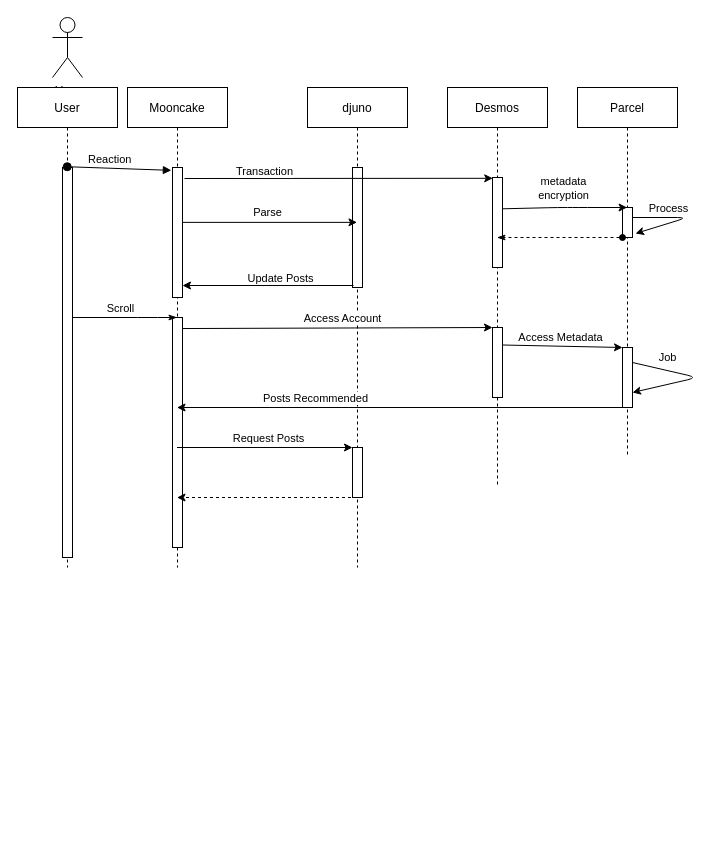
This is seq.drawio from HarleyAppleChoi/Recommendation, a draw.io file, before an edit. Source tidied: cells renumbered, new cells numbered last; positions are measured from the earlier drawing's top-left corner, leaving out a move shared by most shapes. Both pictures are drawn from the tidied source at 100%, with x=0, y=0 at pixel (17, 17).
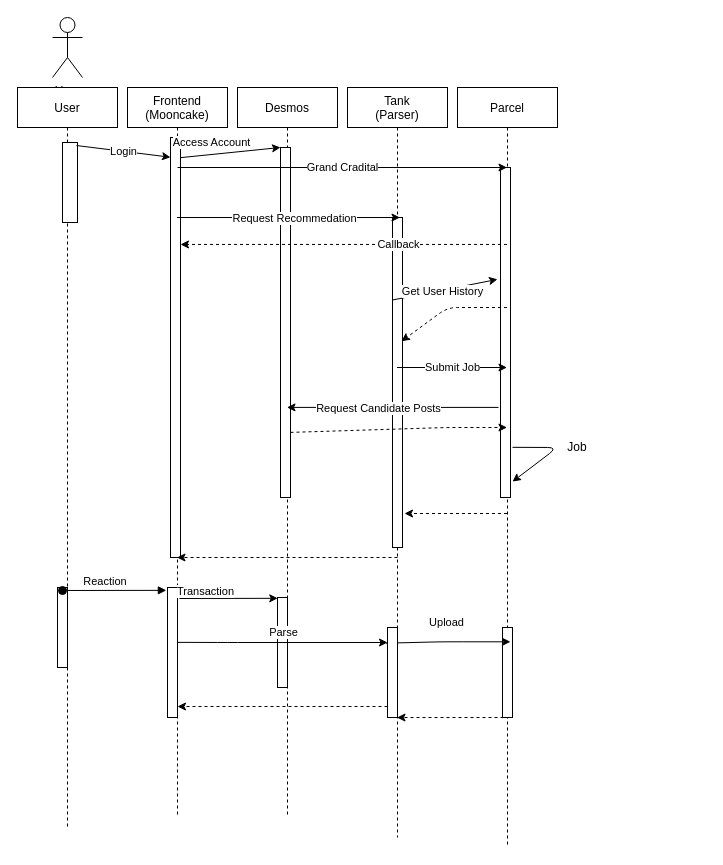
The same diagram, later.

The edit, as a diff of the source:
```diff
@@
-    <mxCell id="2" value="Mooncake" style="shape=umlLifeline;perimeter=lifelinePerimeter;rounded=0;shadow=0;strokeWidth=1;" parent="1" vertex="1">
-      <mxGeometry x="110" y="70" width="100" height="480" as="geometry" />
+    <mxCell id="2" value="Frontend&#10;(Mooncake)" style="shape=umlLifeline;perimeter=lifelinePerimeter;rounded=0;shadow=0;strokeWidth=1;" parent="1" vertex="1">
+      <mxGeometry x="110" y="70" width="100" height="730" as="geometry" />
     </mxCell>
     <mxCell id="3" style="points=[];perimeter=orthogonalPerimeter;rounded=0;shadow=0;strokeWidth=1;" parent="2" vertex="1">
-      <mxGeometry x="45" y="80" width="10" height="130" as="geometry" />
+      <mxGeometry x="40" y="500" width="10" height="130" as="geometry" />
     </mxCell>
     <mxCell id="4" style="rounded=0;whiteSpace=wrap;html=1;" parent="2" vertex="1">
-      <mxGeometry x="45" y="230" width="10" height="230" as="geometry" />
+      <mxGeometry x="43" y="50" width="10" height="420" as="geometry" />
     </mxCell>
-    <mxCell id="5" value="djuno" style="shape=umlLifeline;perimeter=lifelinePerimeter;rounded=0;shadow=0;strokeWidth=1;" parent="1" vertex="1">
-      <mxGeometry x="290" y="70" width="100" height="480" as="geometry" />
-    </mxCell>
-    <mxCell id="6" style="perimeter=orthogonalPerimeter;rounded=0;shadow=0;strokeWidth=1;" parent="5" vertex="1">
-      <mxGeometry x="45" y="80" width="10" height="120" as="geometry" />
-    </mxCell>
-    <mxCell id="7" style="rounded=0;whiteSpace=wrap;html=1;" parent="5" vertex="1">
-      <mxGeometry x="45" y="360" width="10" height="50" as="geometry" />
-    </mxCell>
     <mxCell id="8" value="Parcel" style="shape=umlLifeline;perimeter=lifelinePerimeter;rounded=0;shadow=0;strokeWidth=1;" parent="1" vertex="1">
-      <mxGeometry x="560" y="70" width="100" height="370" as="geometry" />
+      <mxGeometry x="440" y="70" width="100" height="760" as="geometry" />
     </mxCell>
     <mxCell id="9" style="points=[];perimeter=orthogonalPerimeter;rounded=0;shadow=0;strokeWidth=1;" parent="8" vertex="1">
-      <mxGeometry x="45" y="120" width="10" height="30" as="geometry" />
+      <mxGeometry x="45" y="540" width="10" height="90" as="geometry" />
     </mxCell>
     <mxCell id="10" style="rounded=0;whiteSpace=wrap;html=1;" parent="8" vertex="1">
-      <mxGeometry x="45" y="260" width="10" height="60" as="geometry" />
+      <mxGeometry x="43" y="80" width="10" height="330" as="geometry" />
     </mxCell>
-    <mxCell id="11" style="endArrow=classic;html=1;exitX=1;exitY=0.25;exitDx=0;exitDy=0;entryX=1;entryY=0.75;entryDx=0;entryDy=0;" parent="8" edge="1" source="10" target="10">
+    <mxCell id="11" style="endArrow=classic;html=1;entryX=1.2;entryY=0.952;entryDx=0;entryDy=0;exitX=1.2;exitY=0.848;exitDx=0;exitDy=0;exitPerimeter=0;entryPerimeter=0;" parent="8" edge="1" source="10" target="10">
       <mxGeometry relative="1" as="geometry">
         <Array as="points">
-          <mxPoint x="120" y="290" />
+          <mxPoint x="100" y="360" />
         </Array>
       </mxGeometry>
     </mxCell>
-    <mxCell id="12" value="Job" style="edgeLabel;html=1;align=center;verticalAlign=middle;" parent="11" vertex="1">
-      <mxGeometry x="-0.53" y="-1" relative="1" as="geometry">
-        <mxPoint x="4.3" y="-13.1" as="offset" />
-      </mxGeometry>
-    </mxCell>
-    <mxCell id="13" style="endArrow=classic;html=1;entryX=1.3;entryY=0.867;entryDx=0;entryDy=0;entryPerimeter=0;" parent="8" edge="1" target="9">
-      <mxGeometry relative="1" as="geometry">
-        <mxPoint x="55" y="130" as="sourcePoint" />
-        <Array as="points">
-          <mxPoint x="110" y="130" />
-        </Array>
-      </mxGeometry>
-    </mxCell>
-    <mxCell id="14" value="Process" style="edgeLabel;html=1;align=center;verticalAlign=middle;" parent="13" vertex="1">
-      <mxGeometry x="-0.45" y="-9" relative="1" as="geometry">
-        <mxPoint x="5" y="-19" as="offset" />
-      </mxGeometry>
-    </mxCell>
+    <mxCell id="17" style="endArrow=classic;html=1;exitX=0.99;exitY=0.026;exitDx=0;exitDy=0;exitPerimeter=0;" parent="8" edge="1">
+      <mxGeometry relative="1" as="geometry">
+        <mxPoint x="-71.6" y="555.7" as="sourcePoint" />
+        <mxPoint x="53" y="554.3" as="targetPoint" />
+        <Array as="points">
+          <mxPoint x="-16.5" y="554.3" />
+          <mxPoint x="3.5" y="554.3" />
+        </Array>
+      </mxGeometry>
+    </mxCell>
+    <mxCell id="18" value="Upload" style="edgeLabel;html=1;align=center;verticalAlign=middle;" parent="17" vertex="1">
+      <mxGeometry x="0.03" y="1" relative="1" as="geometry">
+        <mxPoint x="-3.9" y="-19" as="offset" />
+      </mxGeometry>
+    </mxCell>
     <mxCell id="15" style="endArrow=classic;html=1;entryX=0.024;entryY=0.009;entryDx=0;entryDy=0;entryPerimeter=0;" parent="1" edge="1" target="26">
       <mxGeometry relative="1" as="geometry">
-        <mxPoint x="167" y="161" as="sourcePoint" />
+        <mxPoint x="162" y="581" as="sourcePoint" />
       </mxGeometry>
     </mxCell>
@@
-    <mxCell id="17" style="endArrow=classic;html=1;exitX=0.99;exitY=0.026;exitDx=0;exitDy=0;exitPerimeter=0;" parent="1" edge="1">
-      <mxGeometry relative="1" as="geometry">
-        <mxPoint x="485" y="191.3" as="sourcePoint" />
-        <mxPoint x="609.6" y="190" as="targetPoint" />
-        <Array as="points">
-          <mxPoint x="540.1" y="190" />
-          <mxPoint x="560.1" y="190" />
-        </Array>
-      </mxGeometry>
-    </mxCell>
-    <mxCell id="18" value="metadata&lt;br&gt;encryption" style="edgeLabel;html=1;align=center;verticalAlign=middle;" parent="17" vertex="1">
-      <mxGeometry x="0.03" y="1" relative="1" as="geometry">
-        <mxPoint x="-3.9" y="-19" as="offset" />
-      </mxGeometry>
-    </mxCell>
-    <mxCell id="19" style="endArrow=classicThin;html=1;startArrow=oval;startFill=1;endFill=1;" parent="1" edge="1" source="22" target="2">
-      <mxGeometry relative="1" as="geometry">
-        <Array as="points">
-          <mxPoint x="130" y="300" />
-        </Array>
-      </mxGeometry>
-    </mxCell>
-    <mxCell id="20" value="Scroll" style="edgeLabel;html=1;align=center;verticalAlign=middle;" parent="19" vertex="1">
-      <mxGeometry x="0.21" y="-1" relative="1" as="geometry">
-        <mxPoint x="-14.5" y="-11" as="offset" />
-      </mxGeometry>
-    </mxCell>
@@
     <mxCell id="22" value="User" style="shape=umlLifeline;perimeter=lifelinePerimeter;rounded=0;shadow=0;strokeWidth=1;" parent="1" vertex="1">
-      <mxGeometry y="70" width="100" height="480" as="geometry" />
+      <mxGeometry y="70" width="100" height="740" as="geometry" />
     </mxCell>
     <mxCell id="23" style="points=[];perimeter=orthogonalPerimeter;rounded=0;shadow=0;strokeWidth=1;" parent="22" vertex="1">
-      <mxGeometry x="45" y="80" width="10" height="390" as="geometry" />
+      <mxGeometry x="40" y="500" width="10" height="80" as="geometry" />
     </mxCell>
+    <mxCell id="42" style="points=[];perimeter=orthogonalPerimeter;rounded=0;shadow=0;strokeWidth=1;" parent="22" vertex="1">
+      <mxGeometry x="45" y="55" width="15" height="80" as="geometry" />
+    </mxCell>
-    <mxCell id="24" value="Reaction" style="verticalAlign=bottom;startArrow=oval;endArrow=block;startSize=8;shadow=0;strokeWidth=1;entryX=-0.114;entryY=0.022;entryDx=0;entryDy=0;entryPerimeter=0;exitX=0.472;exitY=-0.002;exitDx=0;exitDy=0;exitPerimeter=0;" parent="1" edge="1" source="23" target="3">
-      <mxGeometry x="-0.17" relative="1" as="geometry" />
+    <mxCell id="24" value="Reaction" style="verticalAlign=bottom;startArrow=oval;endArrow=block;startSize=8;shadow=0;strokeWidth=1;entryX=-0.114;entryY=0.022;entryDx=0;entryDy=0;entryPerimeter=0;" parent="1" edge="1" target="3">
+      <mxGeometry x="-0.17" relative="1" as="geometry">
+        <mxPoint x="45" y="573" as="sourcePoint" />
+      </mxGeometry>
     </mxCell>
     <mxCell id="25" value="Desmos" style="shape=umlLifeline;perimeter=lifelinePerimeter;rounded=0;shadow=0;strokeWidth=1;" parent="1" vertex="1">
-      <mxGeometry x="430" y="70" width="100" height="400" as="geometry" />
+      <mxGeometry x="220" y="70" width="100" height="730" as="geometry" />
     </mxCell>
     <mxCell id="26" style="points=[];perimeter=orthogonalPerimeter;rounded=0;shadow=0;strokeWidth=1;" parent="25" vertex="1">
-      <mxGeometry x="45" y="90" width="10" height="90" as="geometry" />
+      <mxGeometry x="40" y="510" width="10" height="90" as="geometry" />
     </mxCell>
     <mxCell id="27" style="rounded=0;whiteSpace=wrap;html=1;" parent="25" vertex="1">
-      <mxGeometry x="45" y="240" width="10" height="70" as="geometry" />
+      <mxGeometry x="43" y="60" width="10" height="350" as="geometry" />
     </mxCell>
-    <mxCell id="28" style="edgeStyle=orthogonalEdgeStyle;rounded=0;jettySize=auto;html=1;startArrow=oval;startFill=1;endArrow=classicThin;endFill=1;dashed=1;" parent="1" edge="1" source="9" target="25">
-      <mxGeometry relative="1" as="geometry">
-        <Array as="points">
-          <mxPoint x="590" y="220" />
-          <mxPoint x="590" y="220" />
-        </Array>
-      </mxGeometry>
-    </mxCell>
-    <mxCell id="29" style="endArrow=classic;html=1;exitX=0.99;exitY=0.422;exitDx=0;exitDy=0;exitPerimeter=0;" parent="1" edge="1" source="3" target="5">
-      <mxGeometry relative="1" as="geometry" />
+    <mxCell id="29" style="endArrow=classic;html=1;exitX=0.99;exitY=0.422;exitDx=0;exitDy=0;exitPerimeter=0;" parent="1" edge="1" source="3" target="45">
+      <mxGeometry relative="1" as="geometry">
+        <Array as="points">
+          <mxPoint x="210" y="625" />
+        </Array>
+      </mxGeometry>
     </mxCell>
@@
-    <mxCell id="31" style="endArrow=classic;html=1;" parent="1" edge="1" target="3">
-      <mxGeometry relative="1" as="geometry">
-        <mxPoint x="336" y="268" as="sourcePoint" />
-      </mxGeometry>
+    <mxCell id="31" style="endArrow=classic;html=1;dashed=1;exitX=0;exitY=0.878;exitDx=0;exitDy=0;exitPerimeter=0;" parent="1" edge="1" source="45" target="3">
+      <mxGeometry relative="1" as="geometry" />
     </mxCell>
-    <mxCell id="32" value="Update Posts" style="edgeLabel;html=1;align=center;verticalAlign=middle;" parent="31" vertex="1">
-      <mxGeometry x="-0.14" relative="1" as="geometry">
-        <mxPoint y="-8" as="offset" />
-      </mxGeometry>
-    </mxCell>
@@
-    <mxCell id="35" style="endArrow=classic;html=1;exitX=0;exitY=1;exitDx=0;exitDy=0;" parent="1" edge="1" source="10" target="2">
-      <mxGeometry relative="1" as="geometry" />
-    </mxCell>
-    <mxCell id="36" value="Posts Recommended" style="edgeLabel;html=1;align=center;verticalAlign=middle;" parent="35" vertex="1">
-      <mxGeometry x="0.27" y="-1" relative="1" as="geometry">
-        <mxPoint x="-24.5" y="-9" as="offset" />
-      </mxGeometry>
-    </mxCell>
-    <mxCell id="37" style="endArrow=classic;html=1;exitX=1;exitY=0.25;exitDx=0;exitDy=0;entryX=0;entryY=0;entryDx=0;entryDy=0;" parent="1" edge="1" source="27" target="10">
-      <mxGeometry relative="1" as="geometry" />
-    </mxCell>
-    <mxCell id="38" value="Access Metadata" style="edgeLabel;html=1;align=center;verticalAlign=middle;" parent="37" vertex="1">
-      <mxGeometry x="-0.05" y="2" relative="1" as="geometry">
-        <mxPoint y="-6.7" as="offset" />
-      </mxGeometry>
-    </mxCell>
-    <mxCell id="39" style="endArrow=classic;html=1;entryX=0;entryY=0;entryDx=0;entryDy=0;" parent="1" edge="1" source="2" target="7">
-      <mxGeometry relative="1" as="geometry" />
-    </mxCell>
-    <mxCell id="40" value="Request Posts" style="edgeLabel;html=1;align=center;verticalAlign=middle;" parent="39" vertex="1">
-      <mxGeometry x="0.09" y="-2" relative="1" as="geometry">
-        <mxPoint x="-5" y="-12" as="offset" />
-      </mxGeometry>
-    </mxCell>
-    <mxCell id="41" style="endArrow=classic;html=1;dashed=1;" parent="1" edge="1" source="5" target="2">
-      <mxGeometry relative="1" as="geometry">
-        <Array as="points">
-          <mxPoint x="280" y="480" />
-        </Array>
-      </mxGeometry>
-    </mxCell>
+    <mxCell id="43" value="Login" style="endArrow=classic;html=1;exitX=0.933;exitY=0.038;exitDx=0;exitDy=0;exitPerimeter=0;entryX=0;entryY=0.047;entryDx=0;entryDy=0;entryPerimeter=0;" parent="1" edge="1" source="42" target="4">
+      <mxGeometry relative="1" as="geometry" />
+    </mxCell>
+    <mxCell id="44" value="Tank&#10;(Parser)" style="shape=umlLifeline;perimeter=lifelinePerimeter;rounded=0;shadow=0;strokeWidth=1;" parent="1" vertex="1">
+      <mxGeometry x="330" y="70" width="100" height="750" as="geometry" />
+    </mxCell>
+    <mxCell id="45" style="points=[];perimeter=orthogonalPerimeter;rounded=0;shadow=0;strokeWidth=1;" parent="44" vertex="1">
+      <mxGeometry x="40" y="540" width="10" height="90" as="geometry" />
+    </mxCell>
+    <mxCell id="46" style="rounded=0;whiteSpace=wrap;html=1;" parent="44" vertex="1">
+      <mxGeometry x="45" y="130" width="10" height="330" as="geometry" />
+    </mxCell>
+    <mxCell id="47" value="Grand Cradital" style="endArrow=classic;html=1;" parent="1" edge="1" target="8">
+      <mxGeometry relative="1" as="geometry">
+        <mxPoint x="160" y="150" as="sourcePoint" />
+      </mxGeometry>
+    </mxCell>
+    <mxCell id="48" style="endArrow=classic;html=1;entryX=0.53;entryY=0.215;entryDx=0;entryDy=0;entryPerimeter=0;dashed=1;" parent="1" edge="1" source="8" target="2">
+      <mxGeometry relative="1" as="geometry" />
+    </mxCell>
+    <mxCell id="49" value="Callback" style="edgeLabel;html=1;align=center;verticalAlign=middle;" parent="48" vertex="1">
+      <mxGeometry x="-0.33" relative="1" as="geometry" />
+    </mxCell>
+    <mxCell id="50" style="endArrow=classic;html=1;entryX=0.75;entryY=0;entryDx=0;entryDy=0;" parent="1" edge="1" source="2" target="46">
+      <mxGeometry relative="1" as="geometry" />
+    </mxCell>
+    <mxCell id="51" value="Request Recommedation" style="edgeLabel;html=1;align=center;verticalAlign=middle;" parent="50" vertex="1">
+      <mxGeometry x="0.45" y="-1" relative="1" as="geometry">
+        <mxPoint x="-45.5" y="-1" as="offset" />
+      </mxGeometry>
+    </mxCell>
+    <mxCell id="52" style="endArrow=classic;html=1;exitX=0;exitY=0.25;exitDx=0;exitDy=0;entryX=-0.3;entryY=0.339;entryDx=0;entryDy=0;entryPerimeter=0;" parent="1" edge="1" source="46" target="10">
+      <mxGeometry relative="1" as="geometry" />
+    </mxCell>
+    <mxCell id="53" value="Get User History" style="edgeLabel;html=1;align=center;verticalAlign=middle;" parent="52" vertex="1">
+      <mxGeometry x="0.16" y="-1" relative="1" as="geometry">
+        <mxPoint x="-12" y="1.9" as="offset" />
+      </mxGeometry>
+    </mxCell>
+    <mxCell id="54" style="endArrow=classic;html=1;entryX=0.9;entryY=0.375;entryDx=0;entryDy=0;dashed=1;entryPerimeter=0;" parent="1" edge="1" source="8" target="46">
+      <mxGeometry relative="1" as="geometry">
+        <Array as="points">
+          <mxPoint x="430" y="290" />
+        </Array>
+      </mxGeometry>
+    </mxCell>
+    <mxCell id="55" value="Submit Job" style="endArrow=classic;html=1;" parent="1" edge="1" source="44" target="8">
+      <mxGeometry relative="1" as="geometry">
+        <Array as="points">
+          <mxPoint x="440" y="350" />
+        </Array>
+      </mxGeometry>
+    </mxCell>
+    <mxCell id="12" value="Job" style="text;html=1;strokeColor=none;fillColor=none;align=center;verticalAlign=middle;whiteSpace=wrap;rounded=0;" parent="1" vertex="1">
+      <mxGeometry x="540" y="420" width="40" height="20" as="geometry" />
+    </mxCell>
+    <mxCell id="56" style="endArrow=classic;html=1;exitX=-0.2;exitY=0.727;exitDx=0;exitDy=0;exitPerimeter=0;" parent="1" edge="1" source="10" target="25">
+      <mxGeometry relative="1" as="geometry" />
+    </mxCell>
+    <mxCell id="57" value="Request Candidate Posts" style="edgeLabel;html=1;align=center;verticalAlign=middle;" parent="56" vertex="1">
+      <mxGeometry x="0.61" y="-2" relative="1" as="geometry">
+        <mxPoint x="49" y="2.1" as="offset" />
+      </mxGeometry>
+    </mxCell>
+    <mxCell id="58" style="endArrow=classic;html=1;dashed=1;exitX=1;exitY=0.814;exitDx=0;exitDy=0;exitPerimeter=0;" parent="1" edge="1" source="27" target="8">
+      <mxGeometry relative="1" as="geometry">
+        <Array as="points">
+          <mxPoint x="430" y="410" />
+        </Array>
+      </mxGeometry>
+    </mxCell>
+    <mxCell id="59" style="endArrow=classic;html=1;dashed=1;entryX=1.2;entryY=0.897;entryDx=0;entryDy=0;entryPerimeter=0;" parent="1" edge="1" source="8" target="46">
+      <mxGeometry relative="1" as="geometry" />
+    </mxCell>
+    <mxCell id="60" style="endArrow=classic;html=1;dashed=1;" parent="1" edge="1" target="2">
+      <mxGeometry relative="1" as="geometry">
+        <mxPoint x="380" y="540" as="sourcePoint" />
+      </mxGeometry>
+    </mxCell>
+    <mxCell id="61" style="endArrow=classic;html=1;dashed=1;exitX=0.52;exitY=0.829;exitDx=0;exitDy=0;exitPerimeter=0;" parent="1" edge="1" source="8" target="44">
+      <mxGeometry relative="1" as="geometry" />
+    </mxCell>
```
